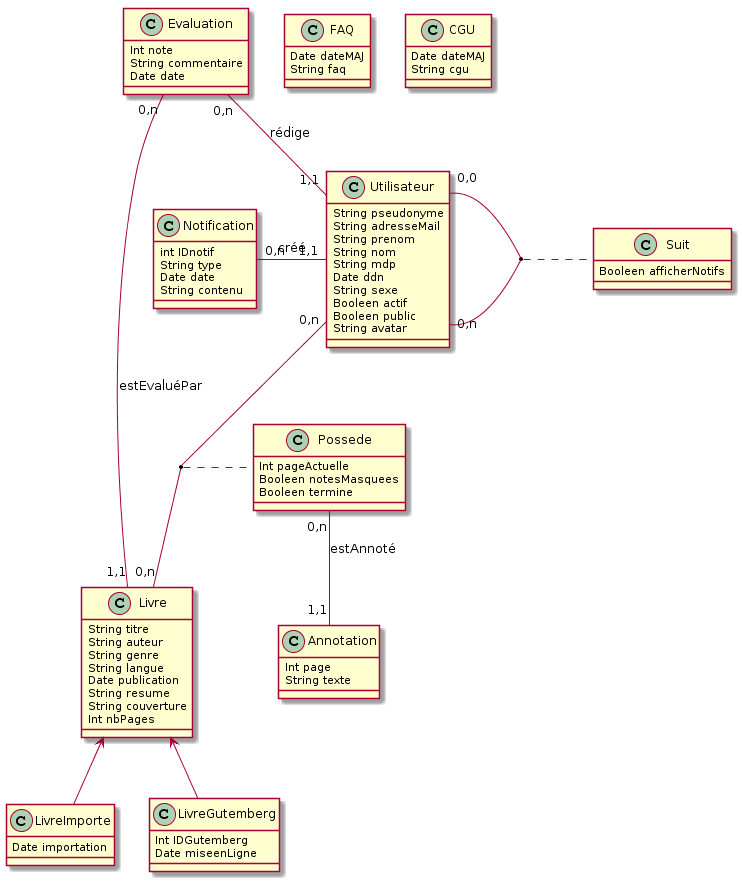
Above: cdc/modelisation/diagrammeModeleIntermediaire.png in JofreyLuc/CMI (PlantUML), before the change. Its diagram source:
```plantuml
@startuml
class "Utilisateur" {
String pseudonyme
String adresseMail
String prenom
String nom
String mdp
Date ddn
String sexe
Booleen actif
Booleen public
String avatar
}

class "Livre" {
String titre
String auteur
String genre
String langue
Date publication
String resume
String couverture
Int nbPages
}

class "Notification"{
int IDnotif
String type
Date date
String contenu
}

class "FAQ"{
Date dateMAJ
String faq
}

class "CGU"{
Date dateMAJ
String cgu
}

class "LivreImporte"{
Date importation
}

class "Evaluation"{
Int note
String commentaire
Date date
}

class "Annotation"{
Int page
String texte
}

class "Possede"{
Int pageActuelle
Booleen notesMasquees
Booleen termine
}

class "Suit"{
Booleen afficherNotifs
}

Utilisateur "0,n" -- "0,n" Livre
(Livre, Utilisateur) .. Possede

Possede "0,n" -- "1,1" Annotation : estAnnoté

Utilisateur "0,n" -right- "0,0" Utilisateur

(Utilisateur, Utilisateur) .. Suit

Utilisateur "1,1" -left- "0,n" Notification : créé

class "LivreGutemberg"{
Int IDGutemberg
Date miseenLigne
}

LivreImporte -up-> Livre
LivreGutemberg -up-> Livre

Evaluation "0,n" -- "1,1" Utilisateur : rédige
Evaluation "0,n" -- "1,1" Livre : estEvaluéPar
@enduml
```
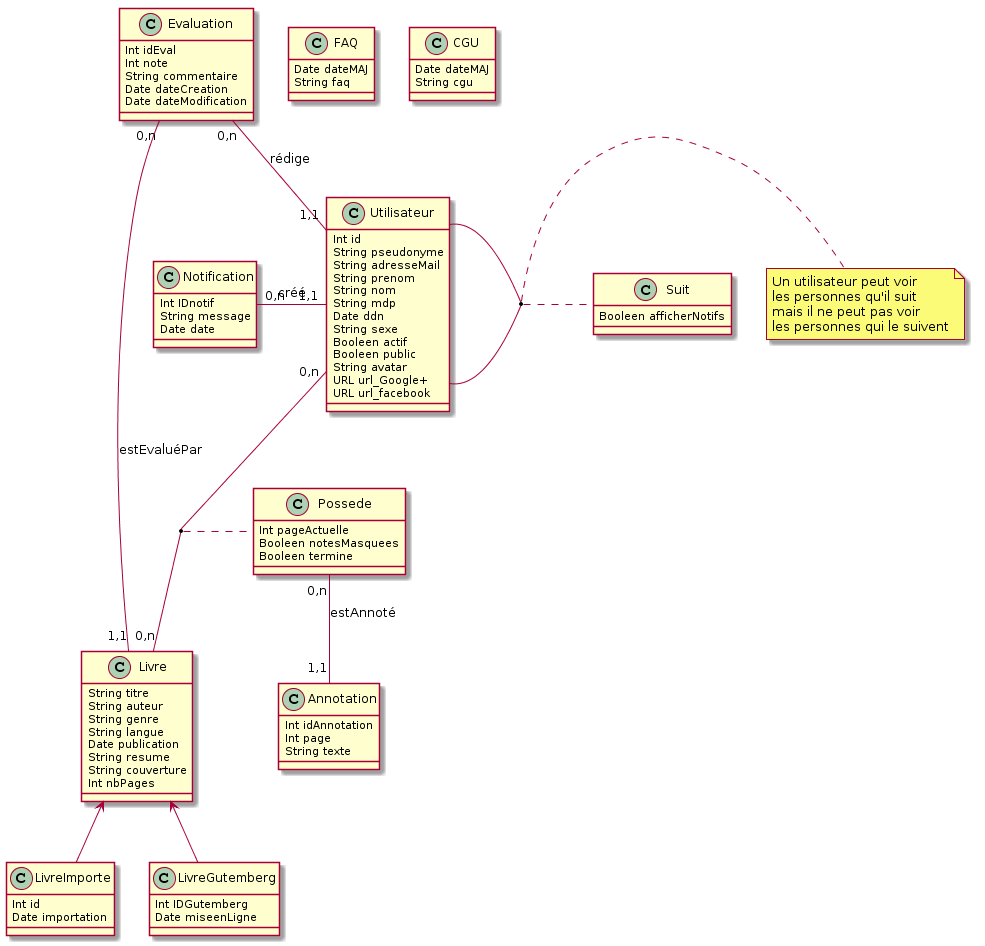
After the commit.

The edit, as a diff of the source:
```diff
@@ -1,5 +1,6 @@
 @startuml
 class "Utilisateur" {
+Int id
 String pseudonyme
 String adresseMail
 String prenom
@@ -10,6 +11,8 @@
 Booleen actif
 Booleen public
 String avatar
+URL url_Google+
+URL url_facebook
 }
 
 class "Livre" {
@@ -24,10 +27,9 @@
 }
 
 class "Notification"{
-int IDnotif
-String type
+Int IDnotif
+String message
 Date date
-String contenu
 }
 
 class "FAQ"{
@@ -41,16 +43,20 @@
 }
 
 class "LivreImporte"{
+Int id
 Date importation
 }
 
 class "Evaluation"{
+Int idEval
 Int note
 String commentaire
-Date date
+Date dateCreation
+Date dateModification
 }
 
 class "Annotation"{
+Int idAnnotation
 Int page
 String texte
 }
@@ -70,10 +76,15 @@
 
 Possede "0,n" -- "1,1" Annotation : estAnnoté
 
-Utilisateur "0,n" -right- "0,0" Utilisateur
+Utilisateur -right- Utilisateur
 
 (Utilisateur, Utilisateur) .. Suit
-
+note right
+Un utilisateur peut voir
+les personnes qu'il suit
+mais il ne peut pas voir
+les personnes qui le suivent
+end note
 Utilisateur "1,1" -left- "0,n" Notification : créé
 
 class "LivreGutemberg"{
```
